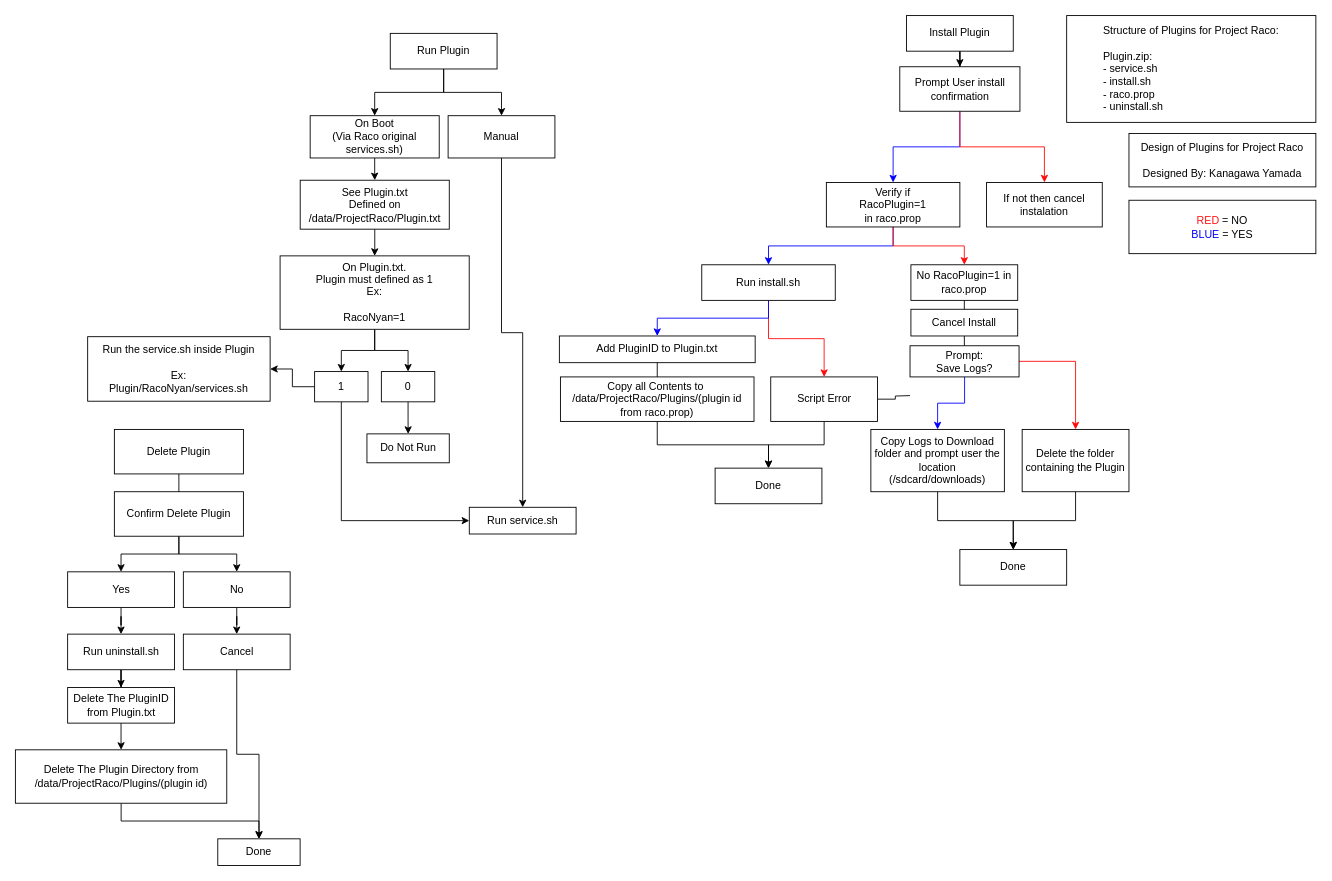
This is Designs/Design of Plugin.drawio from LoggingNewMemory/Project-Raco, a draw.io file, before an edit. Source tidied: cells renumbered, new cells numbered last; positions are measured from the earlier drawing's top-left corner, leaving out a move shared by most shapes. Both pictures are drawn from the tidied source at 89%, with x=0, y=0 at pixel (15, 15).
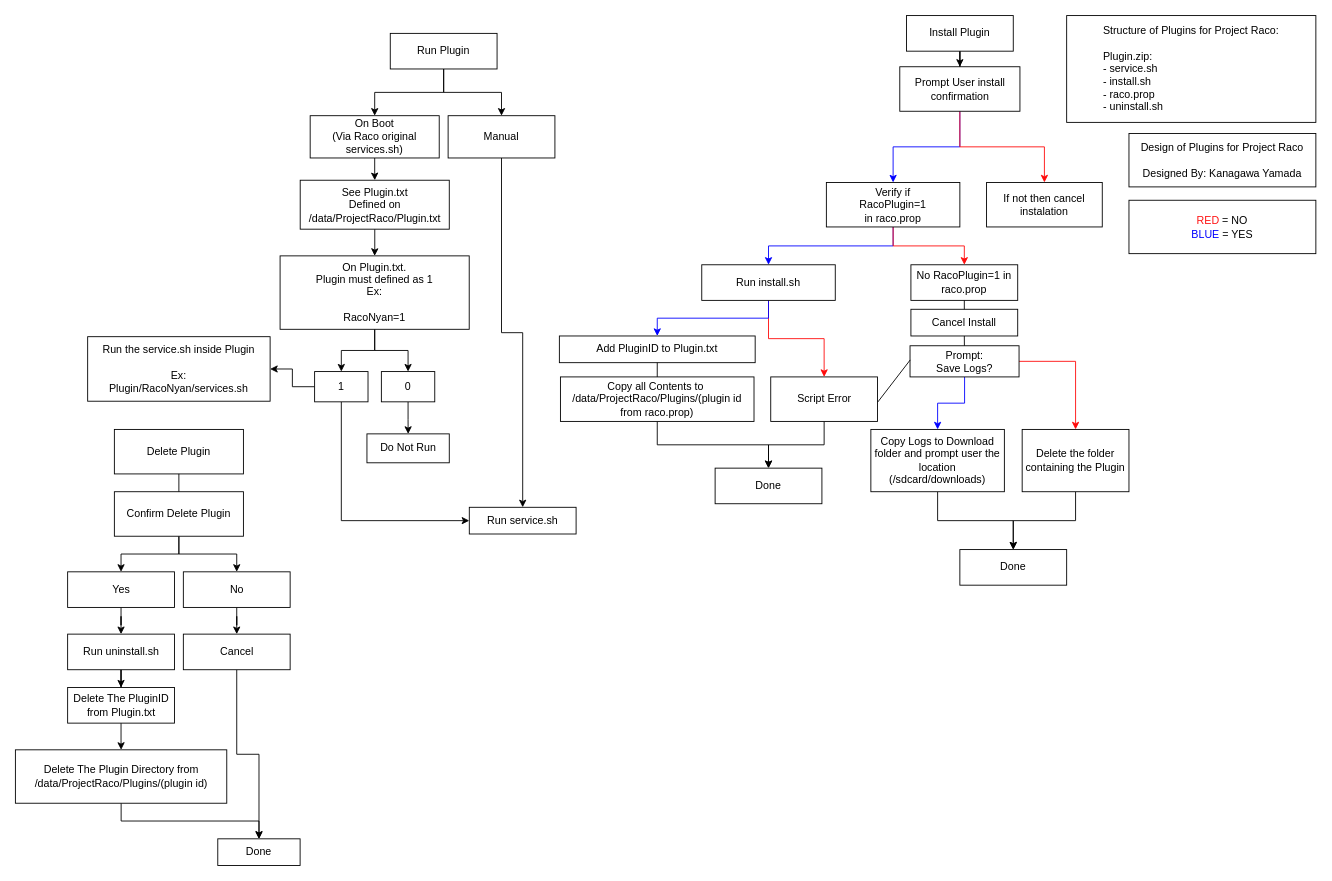
The same page after the edit.

Unchanged cells that the change refers to:
```xml
<mxCell id="16" value="&lt;div&gt;Prompt:&lt;br&gt;Save Logs?&lt;/div&gt;" style="rounded=0;whiteSpace=wrap;html=1;" parent="1" vertex="1">
  <mxGeometry x="1005" y="371" width="122.5" height="35" as="geometry" />
</mxCell>
<mxCell id="28" value="Script Error" style="rounded=0;whiteSpace=wrap;html=1;" parent="1" vertex="1">
  <mxGeometry x="848.5" y="406" width="120" height="50" as="geometry" />
</mxCell>
```

The edit, as a diff of the source:
```diff
@@
-    <mxCell id="27" style="edgeStyle=orthogonalEdgeStyle;rounded=0;jettySize=auto;html=1;strokeColor=default;endArrow=none;endFill=0;" parent="1" edge="1" source="28">
-      <mxGeometry relative="1" as="geometry">
-        <mxPoint x="1005" y="427" as="targetPoint" />
-      </mxGeometry>
-    </mxCell>
@@
+    <mxCell id="75" style="endArrow=none;html=1;rounded=0;exitX=1.003;exitY=0.562;exitDx=0;exitDy=0;exitPerimeter=0;entryX=0.002;entryY=0.454;entryDx=0;entryDy=0;entryPerimeter=0;" parent="1" edge="1" source="28" target="16">
+      <mxGeometry relative="1" as="geometry" />
+    </mxCell>
```
